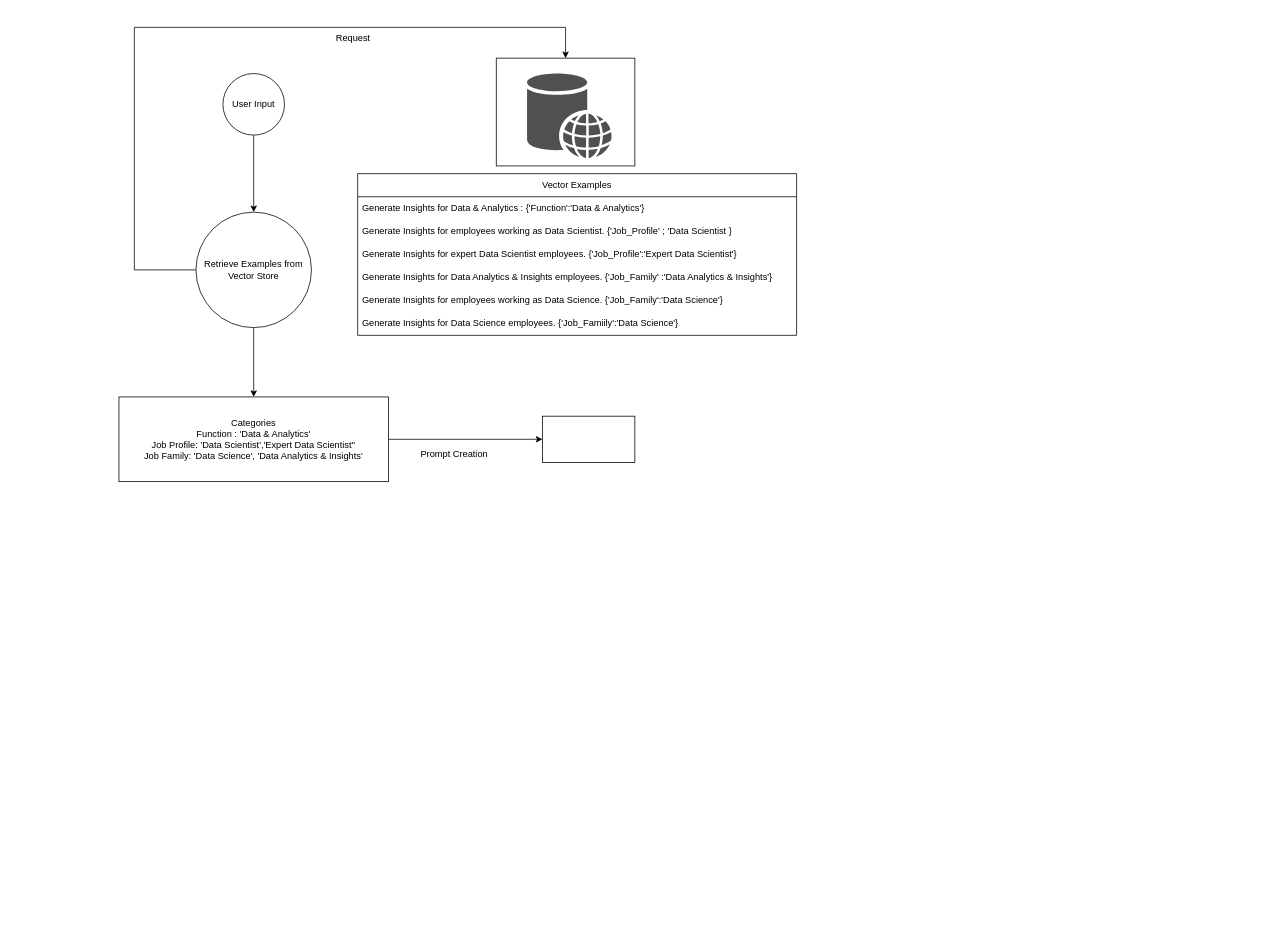
Earlier version of the draw.io diagram page "Dimension Extraction" (3 of 3) of Flow 1 - Complete workflow.drawio (NeyoxDrago/Flow-Diagrams). Source tidied: cells renumbered, new cells numbered last; positions are measured from the earlier drawing's top-left corner, leaving out a move shared by most shapes. Both pictures are drawn from the tidied source at 77%, with x=0, y=0 at pixel (119, 27).
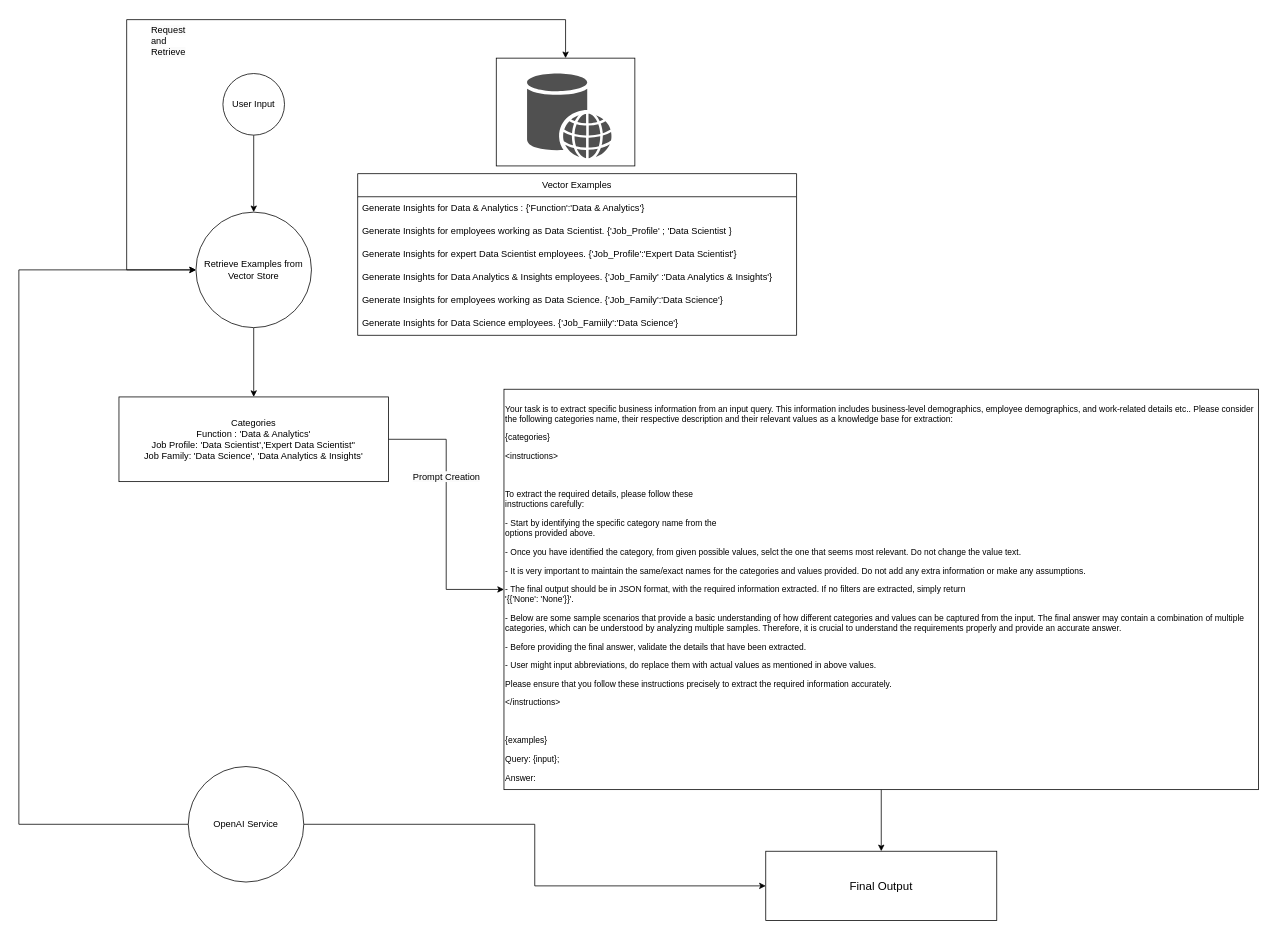
Above is the later version.

Unchanged cells that the change refers to:
```xml
<mxCell id="2" style="rounded=0;whiteSpace=wrap;html=1;fillColor=none;" parent="1" vertex="1">
  <mxGeometry x="490" y="40" width="180" height="140" as="geometry" />
</mxCell>
<mxCell id="6" value="Retrieve Examples from Vector Store" style="ellipse;whiteSpace=wrap;html=1;" parent="1" vertex="1">
  <mxGeometry x="100" y="240" width="150" height="150" as="geometry" />
</mxCell>
```

Diff of the diagram source:
```diff
@@
-    <mxCell id="8" value="&lt;span style=&quot;color: rgb(0, 0, 0); font-family: Helvetica; font-size: 12px; font-style: normal; font-variant-ligatures: normal; font-variant-caps: normal; font-weight: 400; letter-spacing: normal; orphans: 2; text-align: center; text-indent: 0px; text-transform: none; widows: 2; word-spacing: 0px; -webkit-text-stroke-width: 0px; white-space: normal; background-color: rgb(251, 251, 251); text-decoration-thickness: initial; text-decoration-style: initial; text-decoration-color: initial; display: inline !important; float: none;&quot;&gt;Request&lt;/span&gt;" style="text;whiteSpace=wrap;html=1;" parent="1" vertex="1">
-      <mxGeometry x="280" width="50" height="30" as="geometry" />
+    <mxCell id="8" value="&lt;span style=&quot;color: rgb(0, 0, 0); font-family: Helvetica; font-size: 12px; font-style: normal; font-variant-ligatures: normal; font-variant-caps: normal; font-weight: 400; letter-spacing: normal; orphans: 2; text-align: center; text-indent: 0px; text-transform: none; widows: 2; word-spacing: 0px; -webkit-text-stroke-width: 0px; white-space: normal; background-color: rgb(251, 251, 251); text-decoration-thickness: initial; text-decoration-style: initial; text-decoration-color: initial; display: inline !important; float: none;&quot;&gt;Request and Retrieve&lt;/span&gt;" style="text;whiteSpace=wrap;html=1;" parent="1" vertex="1">
+      <mxGeometry x="40" y="-10" width="50" height="30" as="geometry" />
     </mxCell>
@@
+    <mxCell id="21" style="edgeStyle=orthogonalEdgeStyle;rounded=0;jettySize=auto;html=1;" parent="1" edge="1" source="18" target="25">
+      <mxGeometry relative="1" as="geometry" />
+    </mxCell>
-    <mxCell id="18" style="whiteSpace=wrap;html=1;" parent="1" vertex="1">
-      <mxGeometry x="550" y="505" width="120" height="60" as="geometry" />
+    <mxCell id="18" value="&lt;p style=&quot;font-size: 11px;&quot; class=&quot;MsoNormal&quot;&gt;&lt;font style=&quot;font-size: 11px;&quot;&gt;Your task is to extract specific business information from an input query. This information includes business-level demographics, employee&amp;nbsp;demographics, and work-related details etc..&amp;nbsp;&lt;span style=&quot;background-color: initial;&quot;&gt;Please consider the following categories name, their &lt;/span&gt;&lt;span style=&quot;background-color: initial;&quot;&gt;respective description and their relevant values as a knowledge base for &lt;/span&gt;&lt;span style=&quot;background-color: initial;&quot;&gt;extraction:&lt;/span&gt;&lt;/font&gt;&lt;/p&gt;&lt;p style=&quot;font-size: 11px;&quot; class=&quot;MsoNormal&quot;&gt;&lt;font style=&quot;font-size: 11px;&quot;&gt;{categories}&lt;/font&gt;&lt;/p&gt;&lt;p style=&quot;font-size: 11px;&quot; class=&quot;MsoNormal&quot;&gt;&lt;font style=&quot;font-size: 11px;&quot;&gt;&amp;lt;instructions&amp;gt;&lt;/font&gt;&lt;/p&gt;&lt;font style=&quot;font-size: 11px;&quot;&gt;&lt;br&gt;&lt;/font&gt;&lt;p style=&quot;font-size: 11px;&quot; class=&quot;MsoNormal&quot;&gt;&lt;font style=&quot;font-size: 11px;&quot;&gt;To extract the required details, please follow these&lt;br&gt;instructions carefully:&lt;/font&gt;&lt;/p&gt;&lt;p style=&quot;font-size: 11px;&quot; class=&quot;MsoNormal&quot;&gt;&lt;font style=&quot;font-size: 11px;&quot;&gt;- Start by identifying the specific category name from the&lt;br&gt;options provided above.&lt;/font&gt;&lt;/p&gt;&lt;p style=&quot;font-size: 11px;&quot; class=&quot;MsoNormal&quot;&gt;&lt;font style=&quot;font-size: 11px;&quot;&gt;- Once you have identified the category, from given possible values, selct the one that seems most relevant. Do not change the value text.&lt;/font&gt;&lt;/p&gt;&lt;p style=&quot;font-size: 11px;&quot; class=&quot;MsoNormal&quot;&gt;&lt;font style=&quot;font-size: 11px;&quot;&gt;- It is very important to maintain the same/exact names for&amp;nbsp;the categories and values provided. Do not add any extra information or make any assumptions.&lt;/font&gt;&lt;/p&gt;&lt;p style=&quot;font-size: 11px;&quot; class=&quot;MsoNormal&quot;&gt;&lt;font style=&quot;font-size: 11px;&quot;&gt;- The final output should be in JSON format, with the&amp;nbsp;required information extracted. If no filters are extracted, simply return&lt;br&gt;'{{'None': 'None'}}'.&lt;/font&gt;&lt;/p&gt;&lt;p style=&quot;font-size: 11px;&quot; class=&quot;MsoNormal&quot;&gt;&lt;font style=&quot;font-size: 11px;&quot;&gt;- Below are some sample scenarios that provide a basic&amp;nbsp;understanding of how different categories and values can be captured from the&amp;nbsp;input. The final answer may contain a combination of multiple categories, which can be understood by analyzing multiple samples. Therefore, it is crucial to understand the requirements properly and provide an accurate answer.&lt;/font&gt;&lt;/p&gt;&lt;p style=&quot;font-size: 11px;&quot; class=&quot;MsoNormal&quot;&gt;&lt;font style=&quot;font-size: 11px;&quot;&gt;- Before providing the final answer, validate the details&amp;nbsp;that have been extracted.&lt;/font&gt;&lt;/p&gt;&lt;p style=&quot;font-size: 11px;&quot; class=&quot;MsoNormal&quot;&gt;&lt;font style=&quot;font-size: 11px;&quot;&gt;- User might input abbreviations, do replace them with actual&amp;nbsp;values as mentioned in above values.&lt;/font&gt;&lt;/p&gt;&lt;p style=&quot;font-size: 11px;&quot; class=&quot;MsoNormal&quot;&gt;&lt;font style=&quot;font-size: 11px;&quot;&gt;Please ensure that you follow these instructions precisely to extract the required information accurately.&amp;nbsp;&lt;/font&gt;&lt;/p&gt;&lt;p style=&quot;font-size: 11px;&quot; class=&quot;MsoNormal&quot;&gt;&lt;span style=&quot;background-color: initial;&quot;&gt;&lt;font style=&quot;font-size: 11px;&quot;&gt;&amp;lt;/instructions&amp;gt;&lt;/font&gt;&lt;/span&gt;&lt;/p&gt;&lt;p style=&quot;font-size: 11px;&quot; class=&quot;MsoNormal&quot;&gt;&lt;font style=&quot;font-size: 11px;&quot;&gt;&lt;br&gt;&lt;/font&gt;&lt;/p&gt;&lt;p style=&quot;font-size: 11px;&quot; class=&quot;MsoNormal&quot;&gt;&lt;font style=&quot;font-size: 11px;&quot;&gt;{examples}&lt;/font&gt;&lt;/p&gt;&lt;p style=&quot;font-size: 11px;&quot; class=&quot;MsoNormal&quot;&gt;&lt;font style=&quot;font-size: 11px;&quot;&gt;Query: {input};&lt;/font&gt;&lt;/p&gt;&lt;span style=&quot;font-family: Calibri, sans-serif; font-size: 11px;&quot;&gt;&lt;font style=&quot;font-size: 11px;&quot;&gt;Answer:&amp;nbsp;&lt;/font&gt;&lt;/span&gt;" style="whiteSpace=wrap;html=1;align=left;" parent="1" vertex="1">
+      <mxGeometry x="500" y="470" width="980" height="520" as="geometry" />
     </mxCell>
     <mxCell id="19" value="&lt;span style=&quot;color: rgb(0, 0, 0); font-family: Helvetica; font-size: 12px; font-style: normal; font-variant-ligatures: normal; font-variant-caps: normal; font-weight: 400; letter-spacing: normal; orphans: 2; text-align: center; text-indent: 0px; text-transform: none; widows: 2; word-spacing: 0px; -webkit-text-stroke-width: 0px; white-space: normal; background-color: rgb(251, 251, 251); text-decoration-thickness: initial; text-decoration-style: initial; text-decoration-color: initial; display: inline !important; float: none;&quot;&gt;Prompt Creation&lt;/span&gt;" style="text;whiteSpace=wrap;html=1;" parent="1" vertex="1">
-      <mxGeometry x="390" y="540" width="110" height="30" as="geometry" />
+      <mxGeometry x="380" y="570" width="110" height="30" as="geometry" />
     </mxCell>
-    <mxCell id="20" style="edgeStyle=orthogonalEdgeStyle;rounded=0;jettySize=auto;html=1;entryX=0.5;entryY=0;entryDx=0;entryDy=0;" parent="1" edge="1" source="6" target="2">
+    <mxCell id="20" style="endArrow=classic;startArrow=classic;html=1;rounded=0;exitX=0;exitY=0.5;exitDx=0;exitDy=0;entryX=0.5;entryY=0;entryDx=0;entryDy=0;edgeStyle=orthogonalEdgeStyle;" parent="1" edge="1" source="6" target="2">
       <mxGeometry relative="1" as="geometry">
         <Array as="points">
-          <mxPoint x="20" y="315" />
-          <mxPoint x="20" />
-          <mxPoint x="580" />
+          <mxPoint x="10" y="315" />
+          <mxPoint x="10" y="-10" />
+          <mxPoint x="580" y="-10" />
         </Array>
       </mxGeometry>
     </mxCell>
+    <mxCell id="22" style="edgeStyle=orthogonalEdgeStyle;rounded=0;jettySize=auto;html=1;entryX=0;entryY=0.5;entryDx=0;entryDy=0;" parent="1" edge="1" source="24" target="6">
+      <mxGeometry relative="1" as="geometry">
+        <Array as="points">
+          <mxPoint x="-130" y="1035" />
+          <mxPoint x="-130" y="315" />
+        </Array>
+      </mxGeometry>
+    </mxCell>
+    <mxCell id="23" style="edgeStyle=orthogonalEdgeStyle;rounded=0;jettySize=auto;html=1;exitX=1;exitY=0.5;exitDx=0;exitDy=0;entryX=0;entryY=0.5;entryDx=0;entryDy=0;" parent="1" edge="1" source="24" target="25">
+      <mxGeometry relative="1" as="geometry" />
+    </mxCell>
+    <mxCell id="24" value="OpenAI Service" style="ellipse;whiteSpace=wrap;html=1;" parent="1" vertex="1">
+      <mxGeometry x="90" y="960" width="150" height="150" as="geometry" />
+    </mxCell>
+    <mxCell id="25" value="&lt;p style=&quot;&quot; class=&quot;MsoNormal&quot;&gt;&lt;font style=&quot;font-size: 15px;&quot;&gt;Final Output&lt;/font&gt;&lt;/p&gt;" style="whiteSpace=wrap;html=1;align=center;" parent="1" vertex="1">
+      <mxGeometry x="840" y="1070" width="300" height="90" as="geometry" />
+    </mxCell>
```
